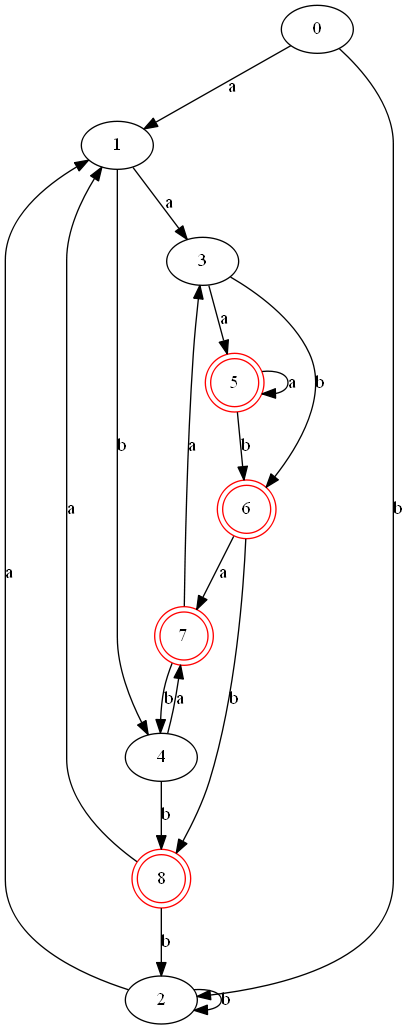
The Graphviz diagram image/test_dfa.png in JameyWoo/re2graph, before a commit. Its source is kept beside it as tmp/test_dfa.dot.
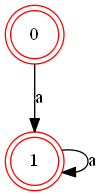
The same file after the commit.

What changed in the source:
```diff
@@ -1,29 +1,6 @@
 digraph {
-	0 [label="0"]
-	1 [label="1"]
-	2 [label="2"]
-	3 [label="3"]
-	4 [label="4"]
-	5 [label="5" color=red shape=doublecircle]
-	6 [label="6" color=red shape=doublecircle]
-	7 [label="7" color=red shape=doublecircle]
-	8 [label="8" color=red shape=doublecircle]
+	0 [label="0" color=red shape=doublecircle]
+	1 [label="1" color=red shape=doublecircle]
 	0 -> 1 [label="a"]
-	0 -> 2 [label="b"]
-	1 -> 3 [label="a"]
-	1 -> 4 [label="b"]
-	2 -> 1 [label="a"]
-	2 -> 2 [label="b"]
-	3 -> 5 [label="a"]
-	3 -> 6 [label="b"]
-	4 -> 7 [label="a"]
-	4 -> 8 [label="b"]
-	5 -> 5 [label="a"]
-	5 -> 6 [label="b"]
-	6 -> 7 [label="a"]
-	6 -> 8 [label="b"]
-	7 -> 3 [label="a"]
-	7 -> 4 [label="b"]
-	8 -> 1 [label="a"]
-	8 -> 2 [label="b"]
+	1 -> 1 [label="a"]
 }
```
